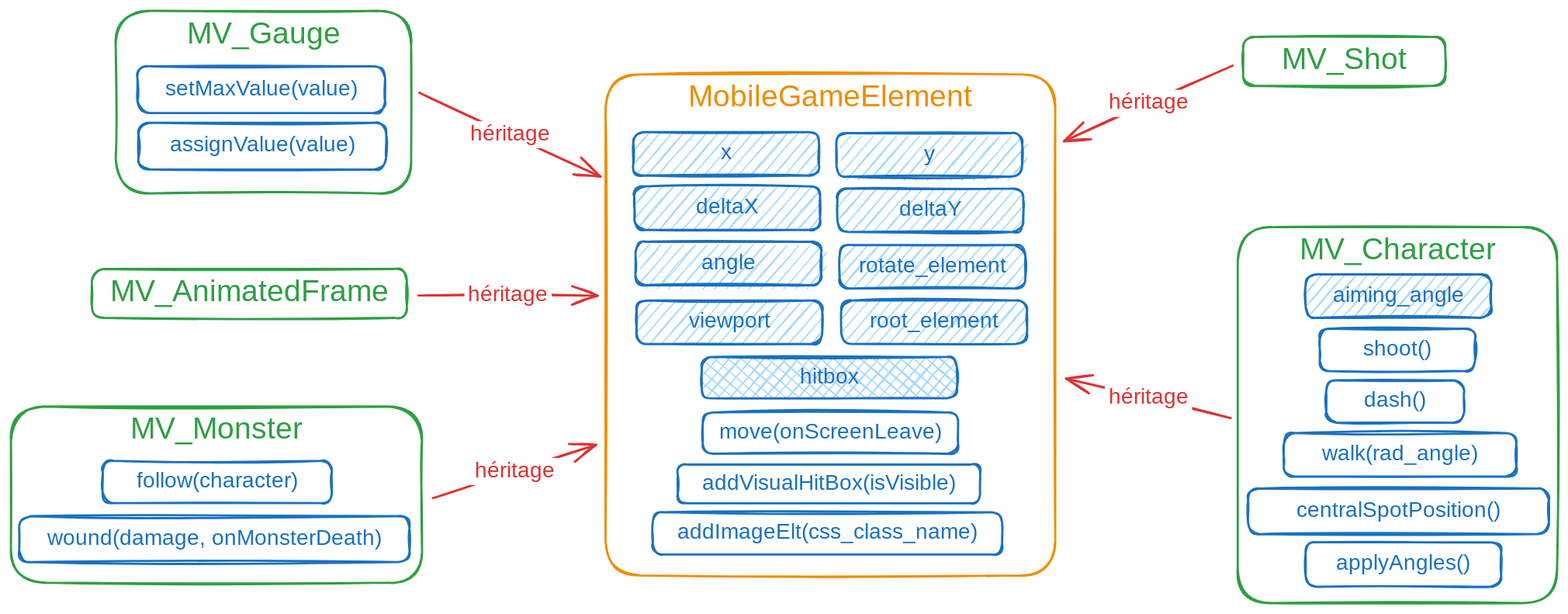
This is docs/mobile_game_elements.excalidraw.svg from thedwarf21/MobsVasion, a Excalidraw export, as it was before one commit. Source tidied: one line per element, renumbered; positions are measured from the earlier drawing's top-left corner, leaving out a move shared by most shapes. Its diagram source:
```json
{"id": 0, "type": "rectangle", "strokeColor": "#f08c00", "strokeWidth": 2, "roughness": 1, "round": true, "x": 547, "y": 58, "width": 414, "height": 461}
{"id": 1, "type": "text", "text": "MobileGameElement", "strokeColor": "#f08c00", "strokeWidth": 2, "roughness": 1, "fontSize": 28, "fontFamily": 5, "textAlign": "center", "inside": 0, "x": 625, "y": 64, "width": 258, "height": 35}
{"id": 2, "type": "rectangle", "strokeColor": "#1971c2", "backgroundColor": "#a5d8ff", "fillStyle": "hachure", "strokeWidth": 2, "roughness": 1, "round": true, "x": 764, "y": 266, "width": 171, "height": 40}
{"id": 3, "type": "text", "text": "root_element", "strokeColor": "#1971c2", "backgroundColor": "#a5d8ff", "fillStyle": "hachure", "strokeWidth": 2, "roughness": 1, "fontSize": 20, "fontFamily": 5, "textAlign": "center", "verticalAlign": "middle", "inside": 2, "x": 786, "y": 274, "width": 128, "height": 25}
{"id": 4, "type": "rectangle", "strokeColor": "#1971c2", "backgroundColor": "#a5d8ff", "fillStyle": "hachure", "strokeWidth": 2, "roughness": 1, "round": true, "x": 763, "y": 216, "width": 171, "height": 40}
{"id": 5, "type": "text", "text": "rotate_element", "strokeColor": "#1971c2", "backgroundColor": "#a5d8ff", "fillStyle": "hachure", "strokeWidth": 2, "roughness": 1, "fontSize": 20, "fontFamily": 5, "textAlign": "center", "verticalAlign": "middle", "inside": 4, "x": 774, "y": 223, "width": 150, "height": 25}
{"id": 6, "type": "rectangle", "strokeColor": "#1971c2", "backgroundColor": "#a5d8ff", "fillStyle": "hachure", "strokeWidth": 2, "roughness": 1, "round": true, "x": 576, "y": 266, "width": 171, "height": 40}
{"id": 7, "type": "text", "text": "viewport", "strokeColor": "#1971c2", "backgroundColor": "#a5d8ff", "fillStyle": "hachure", "strokeWidth": 2, "roughness": 1, "fontSize": 20, "fontFamily": 5, "textAlign": "center", "verticalAlign": "middle", "inside": 6, "x": 620, "y": 274, "width": 82, "height": 25}
{"id": 8, "type": "rectangle", "strokeColor": "#1971c2", "backgroundColor": "#a5d8ff", "fillStyle": "hachure", "strokeWidth": 2, "roughness": 1, "round": true, "x": 573, "y": 112, "width": 171, "height": 40}
{"id": 9, "type": "text", "text": "x", "strokeColor": "#1971c2", "backgroundColor": "#a5d8ff", "fillStyle": "hachure", "strokeWidth": 2, "roughness": 1, "fontSize": 20, "fontFamily": 5, "textAlign": "center", "verticalAlign": "middle", "inside": 8, "x": 653, "y": 119, "width": 12, "height": 25}
{"id": 10, "type": "rectangle", "strokeColor": "#1971c2", "backgroundColor": "#a5d8ff", "fillStyle": "hachure", "strokeWidth": 2, "roughness": 1, "round": true, "x": 760, "y": 112, "width": 171, "height": 40}
{"id": 11, "type": "text", "text": "y", "strokeColor": "#1971c2", "backgroundColor": "#a5d8ff", "fillStyle": "hachure", "strokeWidth": 2, "roughness": 1, "fontSize": 20, "fontFamily": 5, "textAlign": "center", "verticalAlign": "middle", "inside": 10, "x": 840, "y": 120, "width": 11, "height": 25}
{"id": 12, "type": "rectangle", "strokeColor": "#1971c2", "backgroundColor": "#a5d8ff", "fillStyle": "hachure", "strokeWidth": 2, "roughness": 1, "round": true, "x": 574, "y": 162, "width": 171, "height": 40}
{"id": 13, "type": "text", "text": "deltaX", "strokeColor": "#1971c2", "backgroundColor": "#a5d8ff", "fillStyle": "hachure", "strokeWidth": 2, "roughness": 1, "fontSize": 20, "fontFamily": 5, "textAlign": "center", "verticalAlign": "middle", "inside": 12, "x": 628, "y": 169, "width": 62, "height": 25}
{"id": 14, "type": "rectangle", "strokeColor": "#1971c2", "backgroundColor": "#a5d8ff", "fillStyle": "hachure", "strokeWidth": 2, "roughness": 1, "round": true, "x": 761, "y": 164, "width": 171, "height": 40}
{"id": 15, "type": "text", "text": "deltaY", "strokeColor": "#1971c2", "backgroundColor": "#a5d8ff", "fillStyle": "hachure", "strokeWidth": 2, "roughness": 1, "fontSize": 20, "fontFamily": 5, "textAlign": "center", "verticalAlign": "middle", "inside": 14, "x": 816, "y": 171, "width": 61, "height": 25}
{"id": 16, "type": "rectangle", "strokeColor": "#1971c2", "backgroundColor": "#a5d8ff", "fillStyle": "hachure", "strokeWidth": 2, "roughness": 1, "round": true, "x": 575, "y": 212, "width": 171, "height": 40}
{"id": 17, "type": "text", "text": "angle", "strokeColor": "#1971c2", "backgroundColor": "#a5d8ff", "fillStyle": "hachure", "strokeWidth": 2, "roughness": 1, "fontSize": 20, "fontFamily": 5, "textAlign": "center", "verticalAlign": "middle", "inside": 16, "x": 636, "y": 220, "width": 48, "height": 25}
{"id": 18, "type": "rectangle", "strokeColor": "#2f9e44", "strokeWidth": 2, "roughness": 1, "round": true, "x": 74, "y": 238, "width": 290, "height": 45}
{"id": 19, "type": "text", "text": "MV_AnimatedFrame", "strokeColor": "#2f9e44", "strokeWidth": 2, "roughness": 1, "fontSize": 28, "fontFamily": 5, "textAlign": "center", "inside": 18, "x": 90, "y": 242, "width": 258, "height": 35}
{"id": 20, "type": "rectangle", "strokeColor": "#2f9e44", "strokeWidth": 2, "roughness": 1, "round": true, "x": 1129, "y": 199, "width": 294, "height": 346}
{"id": 21, "type": "text", "text": "MV_Character", "strokeColor": "#2f9e44", "strokeWidth": 2, "roughness": 1, "fontSize": 28, "fontFamily": 5, "textAlign": "center", "inside": 20, "x": 1182, "y": 204, "width": 189, "height": 35}
{"id": 22, "type": "rectangle", "strokeColor": "#1971c2", "backgroundColor": "#a5d8ff", "fillStyle": "hachure", "strokeWidth": 2, "roughness": 1, "round": true, "x": 1192, "y": 242, "width": 171, "height": 40}
{"id": 23, "type": "text", "text": "aiming_angle", "strokeColor": "#1971c2", "backgroundColor": "#a5d8ff", "fillStyle": "hachure", "strokeWidth": 2, "roughness": 1, "fontSize": 20, "fontFamily": 5, "textAlign": "center", "verticalAlign": "middle", "inside": 22, "x": 1218, "y": 250, "width": 118, "height": 25}
{"id": 24, "type": "rectangle", "strokeColor": "#1971c2", "strokeWidth": 2, "roughness": 1, "round": true, "x": 1205, "y": 292, "width": 143, "height": 39}
{"id": 25, "type": "text", "text": "shoot()", "strokeColor": "#1971c2", "backgroundColor": "#a5d8ff", "fillStyle": "hachure", "strokeWidth": 2, "roughness": 1, "fontSize": 20, "fontFamily": 5, "textAlign": "center", "verticalAlign": "middle", "inside": 24, "x": 1239, "y": 300, "width": 74, "height": 25}
{"id": 26, "type": "rectangle", "strokeColor": "#1971c2", "strokeWidth": 2, "roughness": 1, "round": true, "x": 1172, "y": 388, "width": 214, "height": 40}
{"id": 27, "type": "text", "text": "walk(rad_angle)", "strokeColor": "#1971c2", "backgroundColor": "#a5d8ff", "fillStyle": "hachure", "strokeWidth": 2, "roughness": 1, "fontSize": 20, "fontFamily": 5, "textAlign": "center", "verticalAlign": "middle", "inside": 26, "x": 1204, "y": 396, "width": 150, "height": 25}
{"id": 28, "type": "rectangle", "strokeColor": "#1971c2", "strokeWidth": 2, "roughness": 1, "round": true, "x": 1139, "y": 440, "width": 277, "height": 42}
{"id": 29, "type": "text", "text": "centralSpotPosition()", "strokeColor": "#1971c2", "backgroundColor": "#a5d8ff", "fillStyle": "hachure", "strokeWidth": 2, "roughness": 1, "fontSize": 20, "fontFamily": 5, "textAlign": "center", "verticalAlign": "middle", "inside": 28, "x": 1173, "y": 448, "width": 209, "height": 25}
{"id": 30, "type": "rectangle", "strokeColor": "#1971c2", "strokeWidth": 2, "roughness": 1, "round": true, "x": 1211, "y": 340, "width": 127, "height": 39}
{"id": 31, "type": "text", "text": "dash()", "strokeColor": "#1971c2", "backgroundColor": "#a5d8ff", "fillStyle": "hachure", "strokeWidth": 2, "roughness": 1, "fontSize": 20, "fontFamily": 5, "textAlign": "center", "verticalAlign": "middle", "inside": 30, "x": 1243, "y": 347, "width": 63, "height": 25}
{"id": 32, "type": "rectangle", "strokeColor": "#1971c2", "strokeWidth": 2, "roughness": 1, "round": true, "x": 1192, "y": 489, "width": 180, "height": 41}
{"id": 33, "type": "text", "text": "applyAngles()", "strokeColor": "#1971c2", "backgroundColor": "#a5d8ff", "fillStyle": "hachure", "strokeWidth": 2, "roughness": 1, "fontSize": 20, "fontFamily": 5, "textAlign": "center", "verticalAlign": "middle", "inside": 32, "x": 1219, "y": 497, "width": 126, "height": 25}
{"id": 34, "type": "rectangle", "strokeColor": "#2f9e44", "strokeWidth": 2, "roughness": 1, "round": true, "x": 96, "y": 0, "width": 272, "height": 168}
{"id": 35, "type": "text", "text": "MV_Gauge", "strokeColor": "#2f9e44", "strokeWidth": 2, "roughness": 1, "fontSize": 28, "fontFamily": 5, "textAlign": "center", "inside": 34, "x": 162, "y": 5, "width": 141, "height": 35}
{"id": 36, "type": "rectangle", "strokeColor": "#1971c2", "strokeWidth": 2, "roughness": 1, "round": true, "x": 116, "y": 51, "width": 228, "height": 43}
{"id": 37, "type": "text", "text": "setMaxValue(value)", "strokeColor": "#1971c2", "backgroundColor": "#a5d8ff", "fillStyle": "hachure", "strokeWidth": 2, "roughness": 1, "fontSize": 20, "fontFamily": 5, "textAlign": "center", "verticalAlign": "middle", "inside": 36, "x": 138, "y": 60, "width": 184, "height": 25}
{"id": 38, "type": "rectangle", "strokeColor": "#1971c2", "strokeWidth": 2, "roughness": 1, "round": true, "x": 117, "y": 103, "width": 228, "height": 43}
{"id": 39, "type": "text", "text": "assignValue(value)", "strokeColor": "#1971c2", "backgroundColor": "#a5d8ff", "fillStyle": "hachure", "strokeWidth": 2, "roughness": 1, "fontSize": 20, "fontFamily": 5, "textAlign": "center", "verticalAlign": "middle", "inside": 38, "x": 145, "y": 112, "width": 173, "height": 25}
{"id": 40, "type": "rectangle", "strokeColor": "#2f9e44", "strokeWidth": 2, "roughness": 1, "round": true, "x": 1134, "y": 24, "width": 186, "height": 45}
{"id": 41, "type": "text", "text": "MV_Shot", "strokeColor": "#2f9e44", "strokeWidth": 2, "roughness": 1, "fontSize": 28, "fontFamily": 5, "textAlign": "center", "inside": 40, "x": 1166, "y": 29, "width": 122, "height": 35}
{"id": 42, "type": "rectangle", "strokeColor": "#2f9e44", "strokeWidth": 2, "roughness": 1, "round": true, "x": 0, "y": 364, "width": 378, "height": 162}
{"id": 43, "type": "text", "text": "MV_Monster", "strokeColor": "#2f9e44", "strokeWidth": 2, "roughness": 1, "fontSize": 28, "fontFamily": 5, "textAlign": "center", "inside": 42, "x": 106, "y": 369, "width": 167, "height": 35}
{"id": 44, "type": "rectangle", "strokeColor": "#1971c2", "strokeWidth": 2, "roughness": 1, "round": true, "x": 84, "y": 414, "width": 211, "height": 39}
{"id": 45, "type": "text", "text": "follow(character)", "strokeColor": "#1971c2", "strokeWidth": 2, "roughness": 1, "fontSize": 20, "fontFamily": 5, "textAlign": "center", "verticalAlign": "middle", "inside": 44, "x": 107, "y": 421, "width": 166, "height": 25}
{"id": 46, "type": "rectangle", "strokeColor": "#1971c2", "strokeWidth": 2, "roughness": 1, "round": true, "x": 8, "y": 465, "width": 359, "height": 42}
{"id": 47, "type": "text", "text": "wound(damage, onMonsterDeath)", "strokeColor": "#1971c2", "strokeWidth": 2, "roughness": 1, "fontSize": 20, "fontFamily": 5, "textAlign": "center", "verticalAlign": "middle", "inside": 46, "x": 27, "y": 474, "width": 321, "height": 25}
{"id": 48, "type": "arrow", "strokeColor": "#e03131", "strokeWidth": 2, "roughness": 1, "endArrowhead": "arrow", "from": 34, "to": 0, "x": 376, "y": 75, "width": 167, "height": 77, "points": [[0, 0], [167, 77]]}
{"id": 49, "type": "text", "text": "héritage", "strokeColor": "#e03131", "strokeWidth": 2, "roughness": 1, "fontSize": 20, "fontFamily": 5, "textAlign": "center", "verticalAlign": "middle", "inside": 48, "x": 538, "y": 111, "width": 80, "height": 25}
{"id": 50, "type": "arrow", "strokeColor": "#e03131", "strokeWidth": 2, "roughness": 1, "endArrowhead": "arrow", "from": 18, "to": 0, "x": 375, "y": 262, "width": 165, "height": 0, "points": [[0, 0], [165, 0]]}
{"id": 51, "type": "text", "text": "héritage", "strokeColor": "#e03131", "strokeWidth": 2, "roughness": 1, "fontSize": 20, "fontFamily": 5, "textAlign": "center", "verticalAlign": "middle", "inside": 50, "x": 551, "y": 123, "width": 80, "height": 25}
{"id": 52, "type": "arrow", "strokeColor": "#e03131", "strokeWidth": 2, "roughness": 1, "endArrowhead": "arrow", "from": 42, "to": 0, "x": 388, "y": 448, "width": 150, "height": 49, "points": [[0, 0], [150, -49]]}
{"id": 53, "type": "text", "text": "héritage", "strokeColor": "#e03131", "strokeWidth": 2, "roughness": 1, "fontSize": 20, "fontFamily": 5, "textAlign": "center", "verticalAlign": "middle", "inside": 52, "x": 573, "y": 340, "width": 80, "height": 25}
{"id": 54, "type": "arrow", "strokeColor": "#e03131", "strokeWidth": 2, "roughness": 1, "endArrowhead": "arrow", "from": 40, "to": 0, "x": 1125, "y": 50, "width": 155, "height": 70, "points": [[0, 0], [-155, 70]]}
{"id": 55, "type": "text", "text": "héritage", "strokeColor": "#e03131", "strokeWidth": 2, "roughness": 1, "fontSize": 20, "fontFamily": 5, "textAlign": "center", "verticalAlign": "middle", "inside": 54, "x": 796, "y": 202, "width": 80, "height": 25}
{"id": 56, "type": "arrow", "strokeColor": "#e03131", "strokeWidth": 2, "roughness": 1, "endArrowhead": "arrow", "from": 20, "to": 0, "x": 1123, "y": 375, "width": 152, "height": 36, "points": [[0, 0], [-152, -36]]}
{"id": 57, "type": "text", "text": "héritage", "strokeColor": "#e03131", "strokeWidth": 2, "roughness": 1, "fontSize": 20, "fontFamily": 5, "textAlign": "center", "verticalAlign": "middle", "inside": 56, "x": 1087, "y": 216, "width": 80, "height": 25}
{"id": 58, "type": "rectangle", "strokeColor": "#1971c2", "strokeWidth": 2, "roughness": 1, "round": true, "x": 637, "y": 370, "width": 235, "height": 38}
{"id": 59, "type": "text", "text": "move(onScreenLeave)", "strokeColor": "#1971c2", "backgroundColor": "#a5d8ff", "fillStyle": "hachure", "strokeWidth": 2, "roughness": 1, "fontSize": 20, "fontFamily": 5, "textAlign": "center", "verticalAlign": "middle", "inside": 58, "x": 653, "y": 376, "width": 203, "height": 25}
{"id": 60, "type": "rectangle", "strokeColor": "#1971c2", "backgroundColor": "#a5d8ff", "fillStyle": "cross-hatch", "strokeWidth": 2, "roughness": 1, "round": true, "x": 636, "y": 318, "width": 235, "height": 38}
{"id": 61, "type": "text", "text": "hitbox", "strokeColor": "#1971c2", "backgroundColor": "#a5d8ff", "fillStyle": "hachure", "strokeWidth": 2, "roughness": 1, "fontSize": 20, "fontFamily": 5, "textAlign": "center", "verticalAlign": "middle", "inside": 60, "x": 723, "y": 325, "width": 62, "height": 25}
{"id": 62, "type": "rectangle", "strokeColor": "#1971c2", "strokeWidth": 2, "roughness": 1, "round": true, "x": 614, "y": 418, "width": 278, "height": 36}
{"id": 63, "type": "text", "text": "addVisualHitBox(isVisible)", "strokeColor": "#1971c2", "backgroundColor": "#a5d8ff", "fillStyle": "cross-hatch", "strokeWidth": 2, "roughness": 1, "fontSize": 20, "fontFamily": 5, "textAlign": "center", "verticalAlign": "middle", "inside": 62, "x": 629, "y": 423, "width": 248, "height": 25}
{"id": 64, "type": "rectangle", "strokeColor": "#1971c2", "strokeWidth": 2, "roughness": 1, "round": true, "x": 591, "y": 461, "width": 322, "height": 39}
{"id": 65, "type": "text", "text": "addImageElt(css_class_name)", "strokeColor": "#1971c2", "backgroundColor": "#a5d8ff", "fillStyle": "cross-hatch", "strokeWidth": 2, "roughness": 1, "fontSize": 20, "fontFamily": 5, "textAlign": "center", "verticalAlign": "middle", "inside": 64, "x": 606, "y": 468, "width": 292, "height": 25}
```
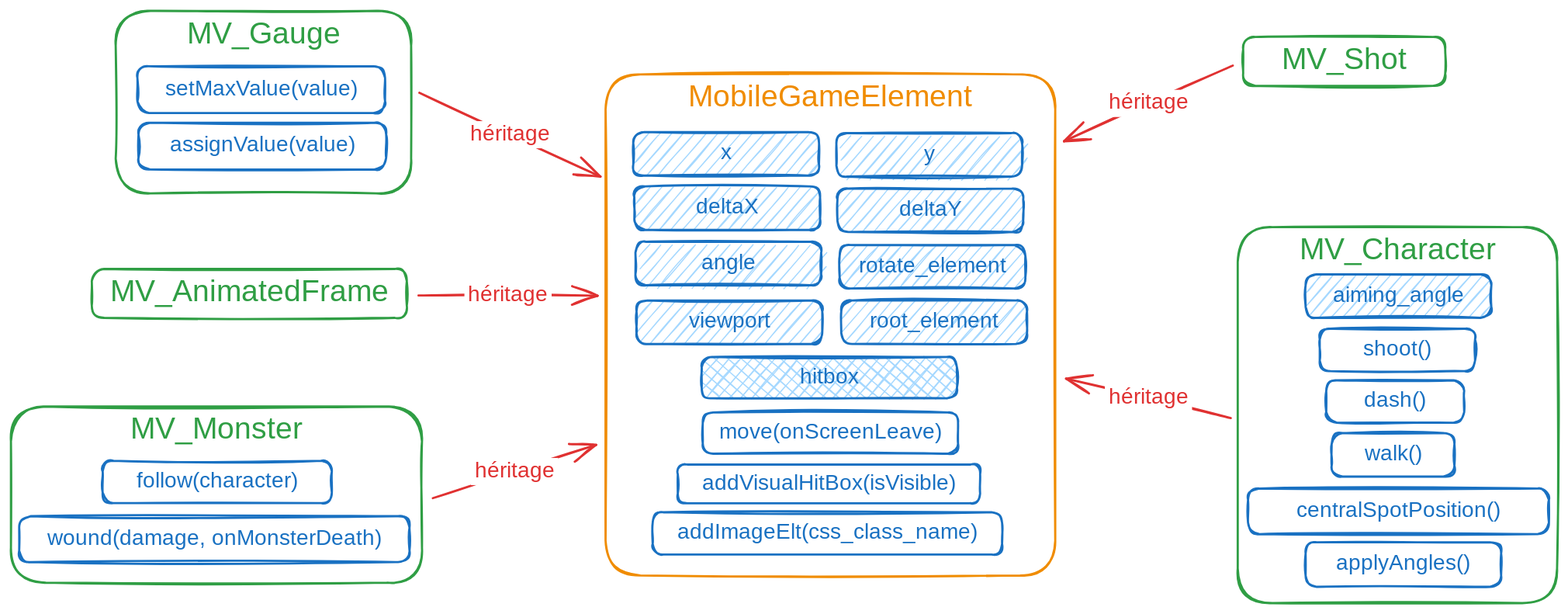
The same file after the commit.

Commit message:
feat: gestion du joystick virtuel dans la HUD de contrôles mobile

Change to the diagram source:
```diff
@@ -24,8 +24,8 @@
 {"id": 23, "type": "text", "text": "aiming_angle", "strokeColor": "#1971c2", "backgroundColor": "#a5d8ff", "fillStyle": "hachure", "strokeWidth": 2, "roughness": 1, "fontSize": 20, "fontFamily": 5, "textAlign": "center", "verticalAlign": "middle", "inside": 22, "x": 1218, "y": 250, "width": 118, "height": 25}
 {"id": 24, "type": "rectangle", "strokeColor": "#1971c2", "strokeWidth": 2, "roughness": 1, "round": true, "x": 1205, "y": 292, "width": 143, "height": 39}
 {"id": 25, "type": "text", "text": "shoot()", "strokeColor": "#1971c2", "backgroundColor": "#a5d8ff", "fillStyle": "hachure", "strokeWidth": 2, "roughness": 1, "fontSize": 20, "fontFamily": 5, "textAlign": "center", "verticalAlign": "middle", "inside": 24, "x": 1239, "y": 300, "width": 74, "height": 25}
-{"id": 26, "type": "rectangle", "strokeColor": "#1971c2", "strokeWidth": 2, "roughness": 1, "round": true, "x": 1172, "y": 388, "width": 214, "height": 40}
+{"id": 26, "type": "rectangle", "strokeColor": "#1971c2", "strokeWidth": 2, "roughness": 1, "round": true, "x": 1216, "y": 388, "width": 113, "height": 40}
-{"id": 27, "type": "text", "text": "walk(rad_angle)", "strokeColor": "#1971c2", "backgroundColor": "#a5d8ff", "fillStyle": "hachure", "strokeWidth": 2, "roughness": 1, "fontSize": 20, "fontFamily": 5, "textAlign": "center", "verticalAlign": "middle", "inside": 26, "x": 1204, "y": 396, "width": 150, "height": 25}
+{"id": 27, "type": "text", "text": "walk()", "strokeColor": "#1971c2", "backgroundColor": "#a5d8ff", "fillStyle": "hachure", "strokeWidth": 2, "roughness": 1, "fontSize": 20, "fontFamily": 5, "textAlign": "center", "verticalAlign": "middle", "inside": 26, "x": 1244, "y": 396, "width": 57, "height": 25}
 {"id": 28, "type": "rectangle", "strokeColor": "#1971c2", "strokeWidth": 2, "roughness": 1, "round": true, "x": 1139, "y": 440, "width": 277, "height": 42}
 {"id": 29, "type": "text", "text": "centralSpotPosition()", "strokeColor": "#1971c2", "backgroundColor": "#a5d8ff", "fillStyle": "hachure", "strokeWidth": 2, "roughness": 1, "fontSize": 20, "fontFamily": 5, "textAlign": "center", "verticalAlign": "middle", "inside": 28, "x": 1173, "y": 448, "width": 209, "height": 25}
 {"id": 30, "type": "rectangle", "strokeColor": "#1971c2", "strokeWidth": 2, "roughness": 1, "round": true, "x": 1211, "y": 340, "width": 127, "height": 39}
```
